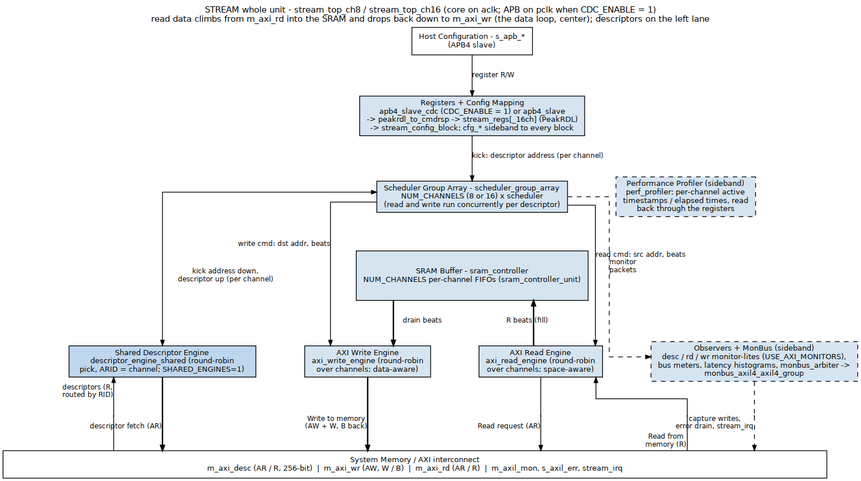
This is projects/components/dma-ip/stream/docs/stream_has/assets/graphviz/ch03_whole_unit.png from sean-galloway/RTLDesignSherpa, a Graphviz export, as it was before one commit. Its source is kept beside it as projects/components/dma-ip/stream/docs/stream_has/assets/graphviz/ch03_whole_unit.dot.
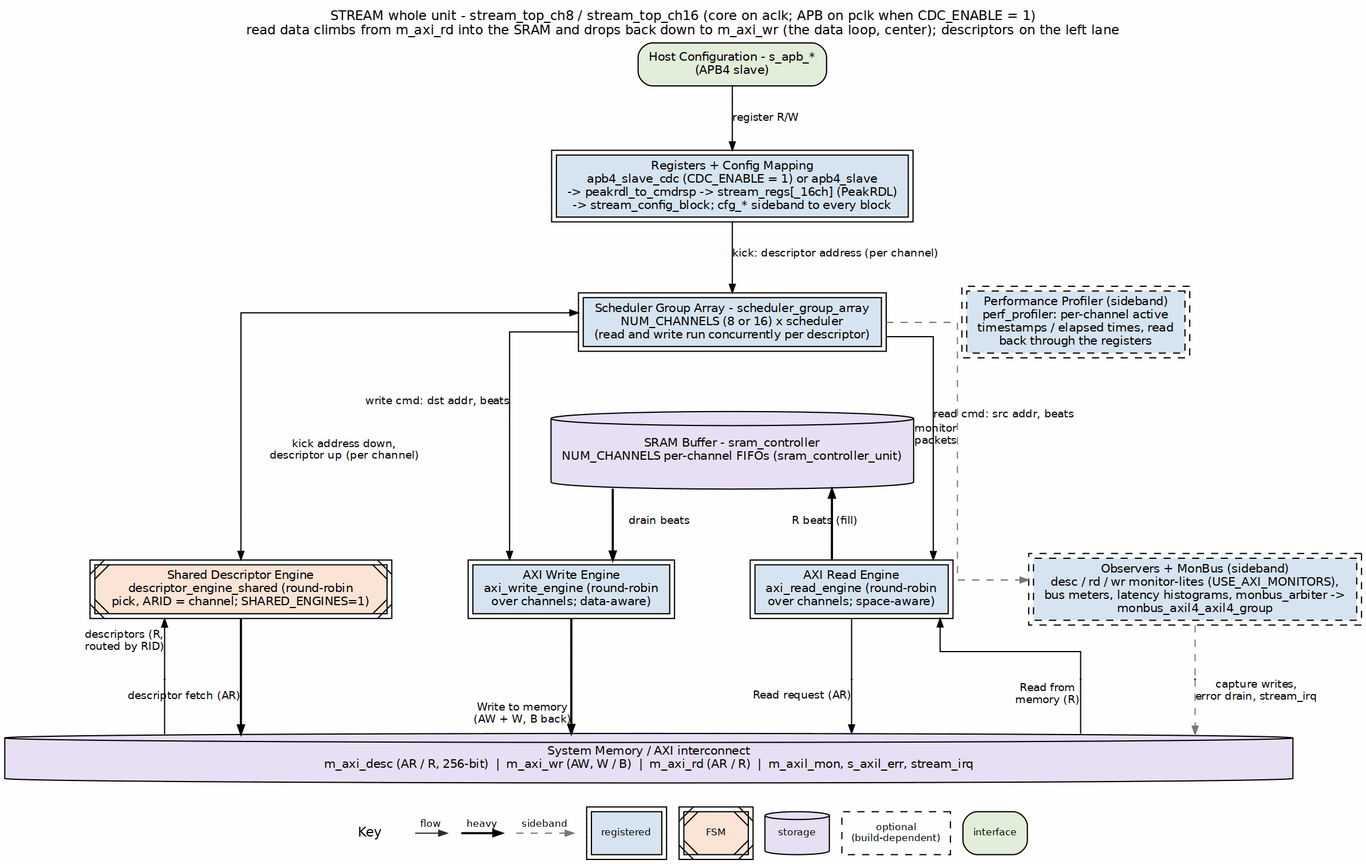
Later version of the same file.

Change to the diagram source:
```diff
@@ -4,28 +4,28 @@
            label="STREAM whole unit - stream_top_ch8 / stream_top_ch16 (core on aclk; APB on pclk when CDC_ENABLE = 1)\nread data climbs from m_axi_rd into the SRAM and drops back down to m_axi_wr (the data loop, center); descriptors on the left lane",
            labelloc=t, labeljust=c];
     node  [fontname="Helvetica", fontsize=10, shape=box, style=filled,
-           fillcolor="#D6E4F0", color="black", margin="0.12,0.06"];
+           fillcolor="white", color="black", margin="0.12,0.06"];
     edge  [fontname="Helvetica", fontsize=9, color="black", arrowsize=0.7];
 
-    s_apb [label="Host Configuration - s_apb_*\n(APB4 slave)", fillcolor="white", group=C];
-    regs  [label="Registers + Config Mapping\napb4_slave_cdc (CDC_ENABLE = 1) or apb4_slave\n-> peakrdl_to_cmdrsp -> stream_regs[_16ch] (PeakRDL)\n-> stream_config_block; cfg_* sideband to every block", group=C];
-    sram  [label="SRAM Buffer - sram_controller\nNUM_CHANNELS per-channel FIFOs (sram_controller_unit)", height=0.9, width=3.6, group=C];
-    sga   [label="Scheduler Group Array - scheduler_group_array\nNUM_CHANNELS (8 or 16) x scheduler\n(read and write run concurrently per descriptor)", group=C];
-    wr    [label="AXI Write Engine\naxi_write_engine (round-robin\nover channels; data-aware)", group=L];
-    arb   [label="Shared Descriptor Engine\ndescriptor_engine_shared (round-robin\npick, ARID = channel; SHARED_ENGINES=1)", width=3.4, fillcolor="#BFD7EE", group=A];
-    mon   [label="Observers + MonBus (sideband)\ndesc / rd / wr monitor-lites (USE_AXI_MONITORS),\nbus meters, latency histograms, monbus_arbiter ->\nmonbus_axil4_axil4_group", style="filled,dashed", group=M];
-    rd    [label="AXI Read Engine\naxi_read_engine (round-robin\nover channels; space-aware)", group=R];
-    perf  [label="Performance Profiler (sideband)\nperf_profiler: per-channel active\ntimestamps / elapsed times, read\nback through the registers", style="filled,dashed", group=R];
+    s_apb [label="Host Configuration - s_apb_*\n(APB4 slave)", fillcolor="white", group=C, style="rounded,filled", fillcolor="#E2EFDA"];
+    regs  [label="Registers + Config Mapping\napb4_slave_cdc (CDC_ENABLE = 1) or apb4_slave\n-> peakrdl_to_cmdrsp -> stream_regs[_16ch] (PeakRDL)\n-> stream_config_block; cfg_* sideband to every block", group=C, peripheries=2, style="filled", fillcolor="#D6E4F0"];
+    sram  [label="SRAM Buffer - sram_controller\nNUM_CHANNELS per-channel FIFOs (sram_controller_unit)", height=0.9, width=3.6, group=C, shape=cylinder, style="filled", fillcolor="#E8DFF5"];
+    sga   [label="Scheduler Group Array - scheduler_group_array\nNUM_CHANNELS (8 or 16) x scheduler\n(read and write run concurrently per descriptor)", group=C, peripheries=2, style="filled", fillcolor="#D6E4F0"];
+    wr    [label="AXI Write Engine\naxi_write_engine (round-robin\nover channels; data-aware)", group=L, peripheries=2, style="filled", fillcolor="#D6E4F0"];
+    arb   [label="Shared Descriptor Engine\ndescriptor_engine_shared (round-robin\npick, ARID = channel; SHARED_ENGINES=1)", width=3.4, fillcolor="#BFD7EE", group=A, peripheries=2, style="filled,diagonals", fillcolor="#FCE4D6"];
+    mon   [label="Observers + MonBus (sideband)\ndesc / rd / wr monitor-lites (USE_AXI_MONITORS),\nbus meters, latency histograms, monbus_arbiter ->\nmonbus_axil4_axil4_group", style="filled,dashed", group=M, peripheries=2, style="filled,dashed", fillcolor="#D6E4F0"];
+    rd    [label="AXI Read Engine\naxi_read_engine (round-robin\nover channels; space-aware)", group=R, peripheries=2, style="filled", fillcolor="#D6E4F0"];
+    perf  [label="Performance Profiler (sideband)\nperf_profiler: per-channel active\ntimestamps / elapsed times, read\nback through the registers", style="filled,dashed", group=R, peripheries=2, style="filled,dashed", fillcolor="#D6E4F0"];
 
     mem [label="System Memory / AXI interconnect\nm_axi_desc (AR / R, 256-bit)  |  m_axi_wr (AW, W / B)  |  m_axi_rd (AR / R)  |  m_axil_mon, s_axil_err, stream_irq",
-         fillcolor="white", width=15.0, group=C];
+         fillcolor="white", width=15.0, group=C, shape=cylinder, style="filled", fillcolor="#E8DFF5"];
 
     s_apb -> regs [label="register R/W"];
     regs  -> sga  [label="kick: descriptor address (per channel)"];
     sga   -> arb  [dir=both, label="kick address down,\ndescriptor up (per channel)"];
     sga   -> wr   [xlabel="write cmd: dst addr, beats"];
     sga   -> rd   [xlabel="read cmd: src addr, beats"];
-    sga   -> mon  [style=dashed, xlabel="monitor\npackets"];
+    sga   -> mon  [style=dashed, color="#777777", xlabel="monitor\npackets"];
     sram  -> wr   [label="drain beats", penwidth=1.8];
 
     p_wr  [shape=point, width=0.01, group=L];
@@ -45,8 +45,8 @@
     p_cmd -> mem  [xlabel="descriptor fetch (AR)", penwidth=1.8, tailclip=false];
     arb  -> p_dr  [dir=back, headclip=false, xlabel="descriptors (R,\nrouted by RID)"];
     p_dr -> mem   [dir=none, tailclip=false];
-    mon  -> p_mn  [arrowhead=none, headclip=false, style=dashed];
-    p_mn -> mem   [style=dashed, xlabel="capture writes,\nerror drain, stream_irq", tailclip=false];
+    mon  -> p_mn  [arrowhead=none, headclip=false, style=dashed, color="#777777"];
+    p_mn -> mem   [style=dashed, color="#777777", xlabel="capture writes,\nerror drain, stream_irq", tailclip=false];
     rd   -> p_ar  [arrowhead=none, headclip=false];
     p_ar -> mem   [xlabel="Read request (AR)", tailclip=false];
     rd   -> p_rd  [dir=back, headclip=false];
```
